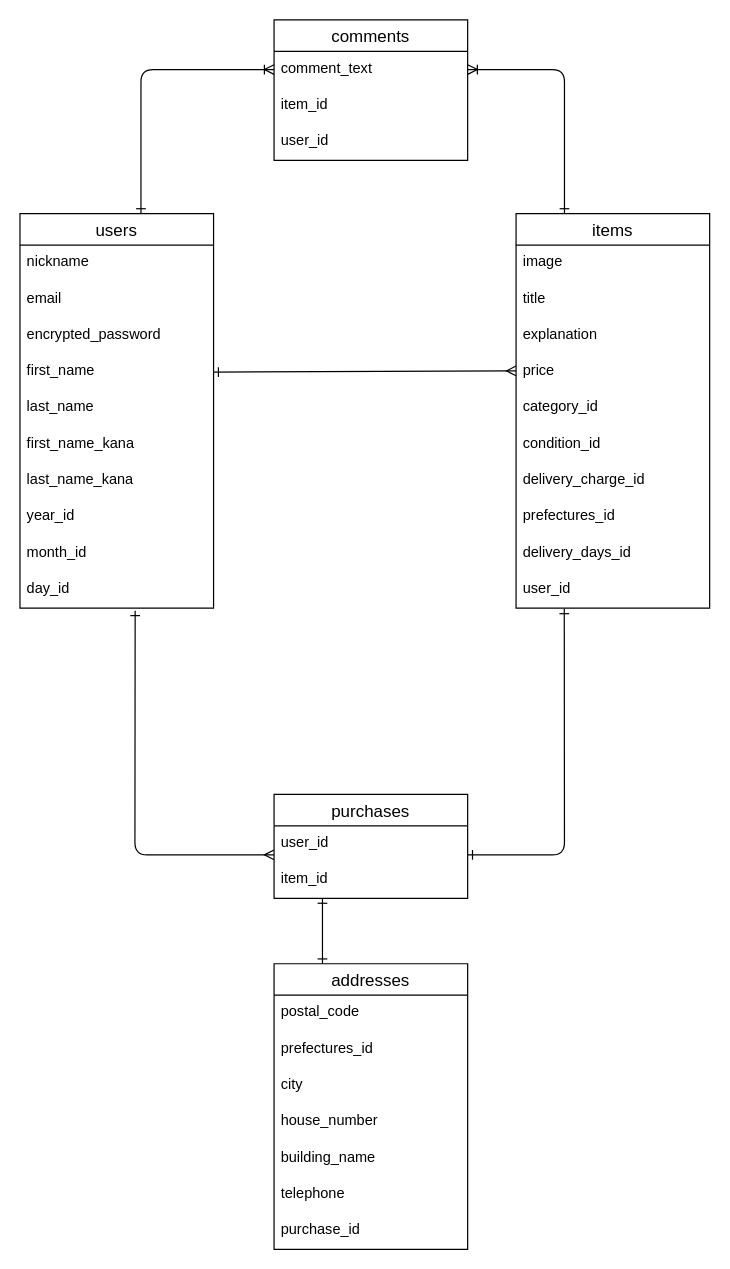
This is ER.dio from qirpour/furima-39018, a draw.io file, before an edit. Source tidied: cells renumbered, new cells numbered last; positions are measured from the earlier drawing's top-left corner, leaving out a move shared by most shapes. Both pictures are drawn from the tidied source at 121%, with x=0, y=0 at pixel (19, 19).
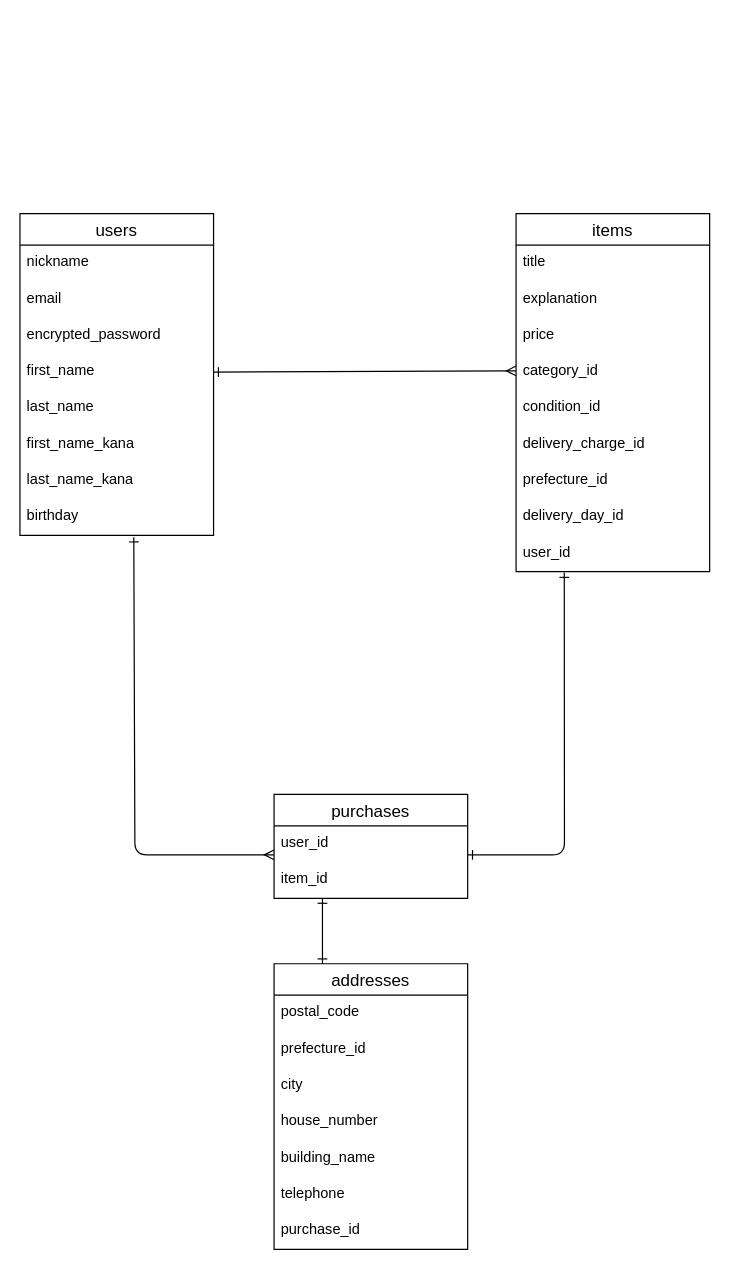
After the change.

Commit message (it also covers changes not shown here):
データベース設計　修正

The change refers to these unchanged cells:
```xml
<mxCell id="25" value="addresses" style="swimlane;fontStyle=0;horizontal=1;startSize=26;align=center;fontSize=14;" parent="1" vertex="1">
  <mxGeometry x="210" y="780" width="160" height="236" as="geometry" />
</mxCell>
```

Diff of the diagram source:
```diff
@@
     <mxCell id="2" value="users" style="swimlane;fontStyle=0;horizontal=1;startSize=26;align=center;fontSize=14;strokeColor=default;" parent="1" vertex="1">
-      <mxGeometry y="160" width="160" height="326" as="geometry" />
+      <mxGeometry y="160" width="160" height="266" as="geometry" />
     </mxCell>
@@
-    <mxCell id="10" value="year_id" style="text;strokeColor=none;fillColor=none;spacingLeft=4;spacingRight=4;overflow=hidden;points=[[0,0.5],[1,0.5]];portConstraint=eastwest;fontSize=12;" parent="2" vertex="1">
+    <mxCell id="10" value="birthday" style="text;strokeColor=none;fillColor=none;spacingLeft=4;spacingRight=4;overflow=hidden;points=[[0,0.5],[1,0.5]];portConstraint=eastwest;fontSize=12;" parent="2" vertex="1">
       <mxGeometry y="236" width="160" height="30" as="geometry" />
     </mxCell>
-    <mxCell id="11" value="month_id" style="text;strokeColor=none;fillColor=none;spacingLeft=4;spacingRight=4;overflow=hidden;fontSize=12;" parent="2" vertex="1">
-      <mxGeometry y="266" width="160" height="30" as="geometry" />
-    </mxCell>
-    <mxCell id="12" value="day_id" style="text;strokeColor=none;fillColor=none;spacingLeft=4;spacingRight=4;overflow=hidden;points=[[0,0.5],[1,0.5]];portConstraint=eastwest;fontSize=12;" parent="2" vertex="1">
-      <mxGeometry y="296" width="160" height="30" as="geometry" />
-    </mxCell>
     <mxCell id="13" value="items" style="swimlane;fontStyle=0;horizontal=1;startSize=26;align=center;fontSize=14;" parent="1" vertex="1">
-      <mxGeometry x="410" y="160" width="160" height="326" as="geometry" />
+      <mxGeometry x="410" y="160" width="160" height="296" as="geometry" />
     </mxCell>
-    <mxCell id="14" value="image" style="text;strokeColor=none;fillColor=none;spacingLeft=4;spacingRight=4;overflow=hidden;fontSize=12;" parent="13" vertex="1">
-      <mxGeometry y="26" width="160" height="30" as="geometry" />
-    </mxCell>
     <mxCell id="15" value="title" style="text;strokeColor=none;fillColor=none;spacingLeft=4;spacingRight=4;overflow=hidden;fontSize=12;" parent="13" vertex="1">
-      <mxGeometry y="56" width="160" height="30" as="geometry" />
+      <mxGeometry y="26" width="160" height="30" as="geometry" />
     </mxCell>
     <mxCell id="16" value="explanation" style="text;strokeColor=none;fillColor=none;spacingLeft=4;spacingRight=4;overflow=hidden;fontSize=12;" parent="13" vertex="1">
-      <mxGeometry y="86" width="160" height="30" as="geometry" />
+      <mxGeometry y="56" width="160" height="30" as="geometry" />
     </mxCell>
     <mxCell id="17" value="price" style="text;strokeColor=none;fillColor=none;spacingLeft=4;spacingRight=4;overflow=hidden;fontSize=12;" parent="13" vertex="1">
-      <mxGeometry y="116" width="160" height="30" as="geometry" />
+      <mxGeometry y="86" width="160" height="30" as="geometry" />
     </mxCell>
     <mxCell id="18" value="category_id" style="text;strokeColor=none;fillColor=none;spacingLeft=4;spacingRight=4;overflow=hidden;fontSize=12;" parent="13" vertex="1">
-      <mxGeometry y="146" width="160" height="30" as="geometry" />
+      <mxGeometry y="116" width="160" height="30" as="geometry" />
     </mxCell>
     <mxCell id="19" value="condition_id" style="text;strokeColor=none;fillColor=none;spacingLeft=4;spacingRight=4;overflow=hidden;fontSize=12;" parent="13" vertex="1">
-      <mxGeometry y="176" width="160" height="30" as="geometry" />
+      <mxGeometry y="146" width="160" height="30" as="geometry" />
     </mxCell>
     <mxCell id="20" value="delivery_charge_id" style="text;strokeColor=none;fillColor=none;spacingLeft=4;spacingRight=4;overflow=hidden;fontSize=12;" parent="13" vertex="1">
-      <mxGeometry y="206" width="160" height="30" as="geometry" />
+      <mxGeometry y="176" width="160" height="30" as="geometry" />
     </mxCell>
-    <mxCell id="21" value="prefectures_id" style="text;strokeColor=none;fillColor=none;spacingLeft=4;spacingRight=4;overflow=hidden;fontSize=12;" parent="13" vertex="1">
-      <mxGeometry y="236" width="160" height="30" as="geometry" />
+    <mxCell id="21" value="prefecture_id" style="text;strokeColor=none;fillColor=none;spacingLeft=4;spacingRight=4;overflow=hidden;fontSize=12;" parent="13" vertex="1">
+      <mxGeometry y="206" width="160" height="30" as="geometry" />
     </mxCell>
-    <mxCell id="22" value="delivery_days_id" style="text;strokeColor=none;fillColor=none;spacingLeft=4;spacingRight=4;overflow=hidden;fontSize=12;" parent="13" vertex="1">
-      <mxGeometry y="266" width="160" height="30" as="geometry" />
+    <mxCell id="22" value="delivery_day_id" style="text;strokeColor=none;fillColor=none;spacingLeft=4;spacingRight=4;overflow=hidden;fontSize=12;" parent="13" vertex="1">
+      <mxGeometry y="236" width="160" height="30" as="geometry" />
     </mxCell>
     <mxCell id="23" value="user_id" style="text;strokeColor=none;fillColor=none;spacingLeft=4;spacingRight=4;overflow=hidden;points=[[0,0.5],[1,0.5]];portConstraint=eastwest;fontSize=12;" parent="13" vertex="1">
-      <mxGeometry y="296" width="160" height="30" as="geometry" />
+      <mxGeometry y="266" width="160" height="30" as="geometry" />
     </mxCell>
@@
-    <mxCell id="27" value="prefectures_id" style="text;strokeColor=none;fillColor=none;spacingLeft=4;spacingRight=4;overflow=hidden;fontSize=12;" parent="25" vertex="1">
+    <mxCell id="27" value="prefecture_id" style="text;strokeColor=none;fillColor=none;spacingLeft=4;spacingRight=4;overflow=hidden;fontSize=12;" parent="25" vertex="1">
       <mxGeometry y="56" width="160" height="30" as="geometry" />
     </mxCell>
@@
-    <mxCell id="37" style="edgeStyle=none;html=1;startArrow=ERone;startFill=0;strokeColor=default;endArrow=ERmany;endFill=0;exitX=0.595;exitY=1.076;exitDx=0;exitDy=0;exitPerimeter=0;" parent="1" edge="1" source="12">
+    <mxCell id="37" style="edgeStyle=none;html=1;startArrow=ERone;startFill=0;strokeColor=default;endArrow=ERmany;endFill=0;exitX=0.588;exitY=1.047;exitDx=0;exitDy=0;exitPerimeter=0;" parent="1" edge="1" source="10">
       <mxGeometry relative="1" as="geometry">
         <mxPoint x="210" y="690" as="targetPoint" />
         <Array as="points">
           <mxPoint x="95" y="690" />
         </Array>
       </mxGeometry>
     </mxCell>
@@
-    <mxCell id="39" value="comments" style="swimlane;fontStyle=0;horizontal=1;startSize=26;align=center;fontSize=14;" parent="1" vertex="1">
-      <mxGeometry x="210" width="160" height="116" as="geometry" />
-    </mxCell>
-    <mxCell id="40" value="comment_text" style="text;strokeColor=none;fillColor=none;spacingLeft=4;spacingRight=4;overflow=hidden;points=[[0,0.5],[1,0.5]];portConstraint=eastwest;fontSize=12;" parent="39" vertex="1">
-      <mxGeometry y="26" width="160" height="30" as="geometry" />
-    </mxCell>
-    <mxCell id="41" value="item_id" style="text;strokeColor=none;fillColor=none;spacingLeft=4;spacingRight=4;overflow=hidden;fontSize=12;" parent="39" vertex="1">
-      <mxGeometry y="56" width="160" height="30" as="geometry" />
-    </mxCell>
-    <mxCell id="42" value="user_id" style="text;strokeColor=none;fillColor=none;spacingLeft=4;spacingRight=4;overflow=hidden;fontSize=12;" parent="39" vertex="1">
-      <mxGeometry y="86" width="160" height="30" as="geometry" />
-    </mxCell>
-    <mxCell id="43" style="edgeStyle=none;html=1;startArrow=ERoneToMany;startFill=0;strokeColor=default;endArrow=ERone;endFill=0;entryX=0.25;entryY=0;entryDx=0;entryDy=0;exitX=1;exitY=0.5;exitDx=0;exitDy=0;" parent="1" edge="1" source="40" target="13">
-      <mxGeometry relative="1" as="geometry">
-        <Array as="points">
-          <mxPoint x="450" y="41" />
-        </Array>
-      </mxGeometry>
-    </mxCell>
-    <mxCell id="44" style="edgeStyle=none;html=1;startArrow=ERoneToMany;startFill=0;strokeColor=default;endArrow=ERone;endFill=0;entryX=0.25;entryY=0;entryDx=0;entryDy=0;exitX=0;exitY=0.5;exitDx=0;exitDy=0;" parent="1" edge="1" source="40">
-      <mxGeometry relative="1" as="geometry">
-        <mxPoint x="100" y="160" as="targetPoint" />
-        <Array as="points">
-          <mxPoint x="100" y="41" />
-        </Array>
-      </mxGeometry>
-    </mxCell>
```
